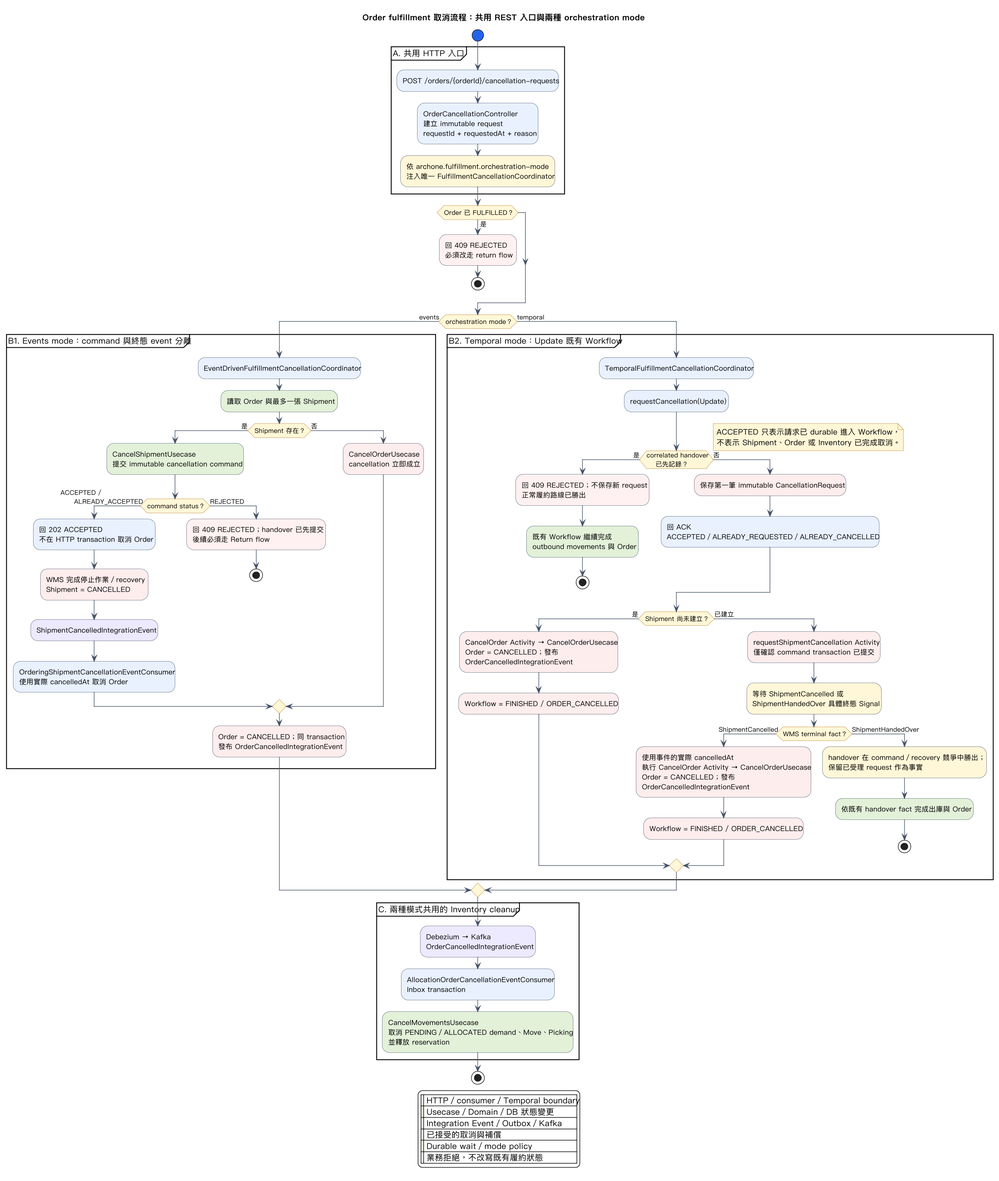
The PlantUML diagram docs/order-fulfillment-process-cancellation-flow.png in zhjiangexe/order-allocation-arch-demo, before a commit.
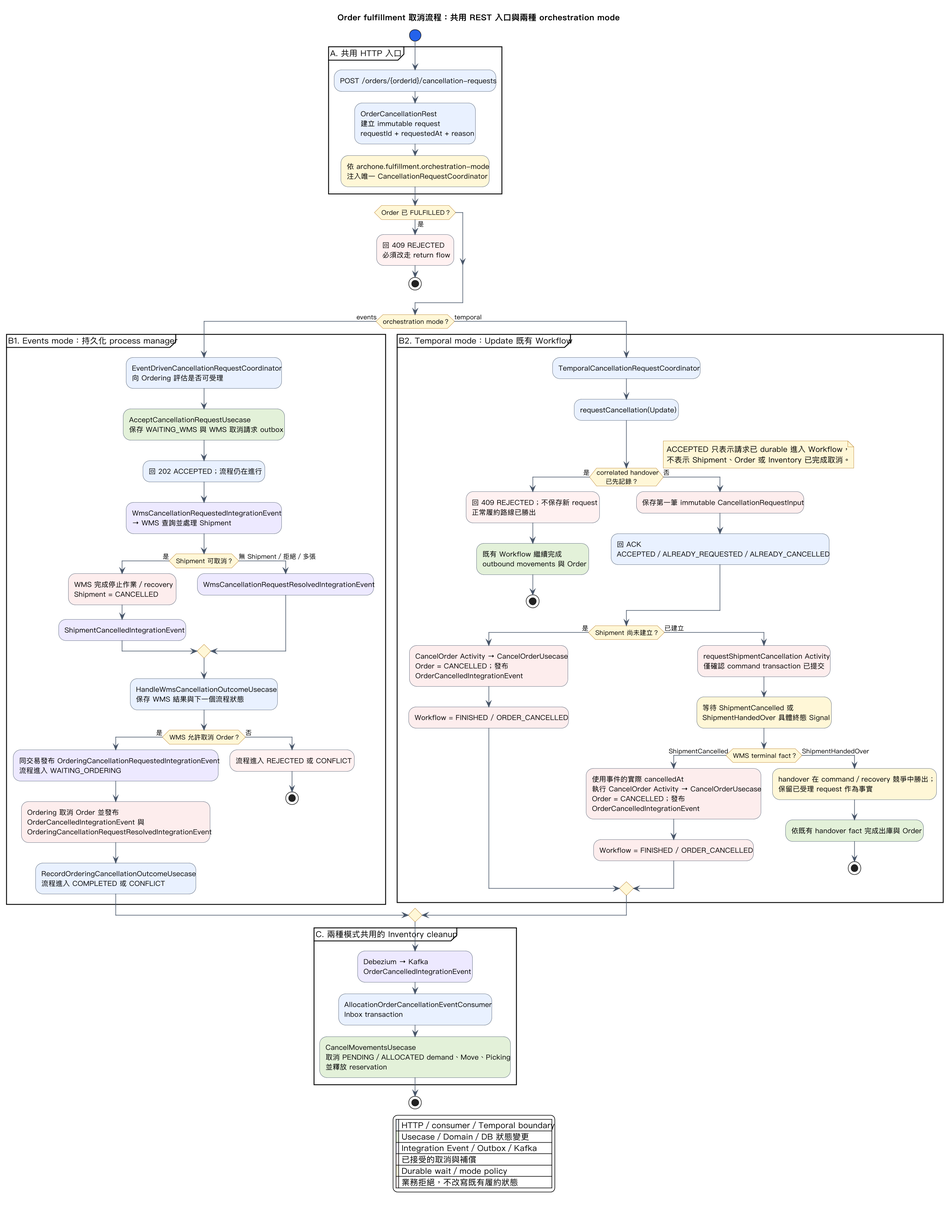
After the commit.

The edit, as a diff of the source:
```diff
@@ -19,11 +19,11 @@
 
 partition "A. 共用 HTTP 入口" {
   :POST /orders/{orderId}/cancellation-requests; <<#E8F1FF>>
-  :OrderCancellationController
+  :OrderCancellationRest
   建立 immutable request
   requestId + requestedAt + reason; <<#E8F1FF>>
   :依 archone.fulfillment.orchestration-mode
-  注入唯一 FulfillmentCancellationCoordinator; <<#FFF7D6>>
+  注入唯一 CancellationRequestCoordinator; <<#FFF7D6>>
 }
 
 if (Order 已 FULFILLED？) then (是)
@@ -33,36 +33,39 @@
 endif
 
 if (orchestration mode？) then (events)
-  partition "B1. Events mode：command 與終態 event 分離" {
-    :EventDrivenFulfillmentCancellationCoordinator; <<#E8F1FF>>
-    :讀取 Order 與最多一張 Shipment; <<#E2F0D9>>
-    if (Shipment 存在？) then (是)
-      :CancelShipmentUsecase
-      提交 immutable cancellation command; <<#E2F0D9>>
-      if (command status？) then (ACCEPTED /
-      ALREADY_ACCEPTED)
-        :回 202 ACCEPTED
-        不在 HTTP transaction 取消 Order; <<#E8F1FF>>
-        :WMS 完成停止作業／recovery
-        Shipment = CANCELLED; <<#FDECEC>>
-        :ShipmentCancelledIntegrationEvent; <<#EDE9FE>>
-        :OrderingShipmentCancellationEventConsumer
-        使用實際 cancelledAt 取消 Order; <<#E8F1FF>>
-      else (REJECTED)
-        :回 409 REJECTED；handover 已先提交
-        後續必須走 Return flow; <<#FFF0F0>>
-        stop
-      endif
+  partition "B1. Events mode：持久化 process manager" {
+    :EventDrivenCancellationRequestCoordinator
+    向 Ordering 評估是否可受理; <<#E8F1FF>>
+    :AcceptCancellationRequestUsecase
+    保存 WAITING_WMS 與 WMS 取消請求 outbox; <<#E2F0D9>>
+    :回 202 ACCEPTED；流程仍在進行; <<#E8F1FF>>
+    :WmsCancellationRequestedIntegrationEvent
+    → WMS 查詢並處理 Shipment; <<#EDE9FE>>
+    if (Shipment 可取消？) then (是)
+      :WMS 完成停止作業／recovery
+      Shipment = CANCELLED; <<#FDECEC>>
+      :ShipmentCancelledIntegrationEvent; <<#EDE9FE>>
+    else (無 Shipment／拒絕／多張)
+      :WmsCancellationRequestResolvedIntegrationEvent; <<#EDE9FE>>
+    endif
+    :HandleWmsCancellationOutcomeUsecase
+    保存 WMS 結果與下一個流程狀態; <<#E8F1FF>>
+    if (WMS 允許取消 Order？) then (是)
+      :同交易發布 OrderingCancellationRequestedIntegrationEvent
+      流程進入 WAITING_ORDERING; <<#EDE9FE>>
+      :Ordering 取消 Order 並發布
+      OrderCancelledIntegrationEvent 與
+      OrderingCancellationRequestResolvedIntegrationEvent; <<#FDECEC>>
+      :RecordOrderingCancellationOutcomeUsecase
+      流程進入 COMPLETED 或 CONFLICT; <<#E8F1FF>>
     else (否)
-      :CancelOrderUsecase
-      cancellation 立即成立; <<#FDECEC>>
+      :流程進入 REJECTED 或 CONFLICT; <<#FFF0F0>>
+      stop
     endif
-    :Order = CANCELLED；同 transaction
-    發布 OrderCancelledIntegrationEvent; <<#FDECEC>>
   }
 else (temporal)
   partition "B2. Temporal mode：Update 既有 Workflow" {
-    :TemporalFulfillmentCancellationCoordinator; <<#E8F1FF>>
+    :TemporalCancellationRequestCoordinator; <<#E8F1FF>>
     :requestCancellation(Update); <<#E8F1FF>>
 
     if (correlated handover
@@ -73,7 +76,7 @@
       outbound movements 與 Order; <<#E2F0D9>>
       stop
     else (否)
-      :保存第一筆 immutable CancellationRequest; <<#FDECEC>>
+      :保存第一筆 immutable CancellationRequestInput; <<#FDECEC>>
       :回 ACK
       ACCEPTED／ALREADY_REQUESTED／ALREADY_CANCELLED; <<#E8F1FF>>
     endif
```
